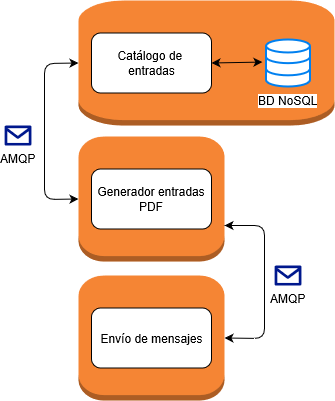
iMiguel10/Proyecto-CC keeps this draw.io diagram as img/arquitectura-cc.png. Above is the earlier version. Source tidied: cells renumbered, new cells last; positions are measured from the earlier drawing's top-left corner, leaving out a move shared by most shapes.
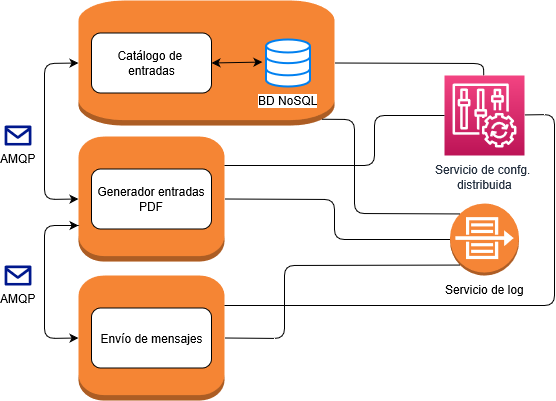
Above is the later version.

Commit message:
Añadir elementos a la arquitectura close #12

Diff of the diagram source:
```diff
@@ -23,16 +23,17 @@
     <mxCell id="8" style="endArrow=classic;startArrow=classic;html=1;entryX=1;entryY=0.5;entryDx=0;entryDy=0;exitX=-0.082;exitY=0.48;exitDx=0;exitDy=0;exitPerimeter=0;" parent="1" edge="1" source="13" target="5">
       <mxGeometry relative="1" as="geometry" />
     </mxCell>
-    <mxCell id="9" style="endArrow=classic;startArrow=classic;html=1;entryX=1;entryY=0.712;entryDx=0;entryDy=0;entryPerimeter=0;exitX=1;exitY=0.5;exitDx=0;exitDy=0;exitPerimeter=0;" parent="1" edge="1" source="3" target="2">
+    <mxCell id="9" style="endArrow=classic;startArrow=classic;html=1;exitX=0;exitY=0.5;exitDx=0;exitDy=0;exitPerimeter=0;" parent="1" edge="1" source="3">
       <mxGeometry relative="1" as="geometry">
+        <mxPoint x="74" y="225" as="targetPoint" />
         <Array as="points">
-          <mxPoint x="260" y="338" />
-          <mxPoint x="260" y="225" />
+          <mxPoint x="40" y="338" />
+          <mxPoint x="40" y="225" />
         </Array>
       </mxGeometry>
     </mxCell>
     <mxCell id="10" value="AMQP" style="shadow=0;dashed=0;html=1;strokeColor=none;labelPosition=center;verticalLabelPosition=bottom;verticalAlign=top;align=center;fillColor=#00188D;shape=mxgraph.azure.message2;" parent="1" vertex="1">
-      <mxGeometry x="270" y="265" width="27" height="20" as="geometry" />
+      <mxGeometry y="265" width="27" height="20" as="geometry" />
     </mxCell>
     <mxCell id="11" style="endArrow=classic;startArrow=classic;html=1;entryX=0;entryY=0.5;entryDx=0;entryDy=0;entryPerimeter=0;exitX=0;exitY=0.5;exitDx=0;exitDy=0;exitPerimeter=0;" parent="1" edge="1" source="2" target="4">
       <mxGeometry relative="1" as="geometry">
@@ -48,5 +49,59 @@
     <mxCell id="13" value="&lt;font style=&quot;background-color: transparent&quot;&gt;BD NoSQL&lt;/font&gt;" style="html=1;verticalLabelPosition=bottom;align=center;labelBackgroundColor=#ffffff;verticalAlign=top;strokeWidth=2;strokeColor=#0080F0;fillColor=#ffffff;shadow=0;dashed=0;shape=mxgraph.ios7.icons.data;" parent="1" vertex="1">
       <mxGeometry x="261.5" y="39" width="44" height="47" as="geometry" />
     </mxCell>
+    <mxCell id="14" value="Servicio de log" style="outlineConnect=0;dashed=0;verticalLabelPosition=bottom;verticalAlign=top;align=center;html=1;shape=mxgraph.aws3.flow_logs;fillColor=#F58536;gradientColor=none;" parent="1" vertex="1">
+      <mxGeometry x="445.5" y="203" width="69" height="72" as="geometry" />
+    </mxCell>
+    <mxCell id="15" value="Servicio de confg.&amp;nbsp;&lt;br&gt;distribuida" style="outlineConnect=0;fontColor=#232F3E;gradientColor=#F34482;gradientDirection=north;fillColor=#BC1356;strokeColor=#ffffff;dashed=0;verticalLabelPosition=bottom;verticalAlign=top;align=center;html=1;fontSize=12;fontStyle=0;shape=mxgraph.aws4.resourceIcon;resIcon=mxgraph.aws4.config;" parent="1" vertex="1">
+      <mxGeometry x="440" y="75" width="80" height="80" as="geometry" />
+    </mxCell>
+    <mxCell id="16" style="endArrow=none;html=1;entryX=1;entryY=0.5;entryDx=0;entryDy=0;entryPerimeter=0;" parent="1" edge="1" source="15" target="4">
+      <mxGeometry relative="1" as="geometry">
+        <Array as="points">
+          <mxPoint x="479" y="63" />
+        </Array>
+      </mxGeometry>
+    </mxCell>
+    <mxCell id="17" style="endArrow=none;html=1;exitX=1;exitY=0.232;exitDx=0;exitDy=0;exitPerimeter=0;" parent="1" edge="1" source="2" target="15">
+      <mxGeometry relative="1" as="geometry">
+        <Array as="points">
+          <mxPoint x="370" y="165" />
+          <mxPoint x="370" y="115" />
+        </Array>
+      </mxGeometry>
+    </mxCell>
+    <mxCell id="18" style="endArrow=none;html=1;exitX=1;exitY=0.24;exitDx=0;exitDy=0;exitPerimeter=0;" parent="1" edge="1" source="3" target="15">
+      <mxGeometry relative="1" as="geometry">
+        <Array as="points">
+          <mxPoint x="380" y="305" />
+          <mxPoint x="550" y="305" />
+          <mxPoint x="550" y="114" />
+        </Array>
+      </mxGeometry>
+    </mxCell>
+    <mxCell id="19" style="endArrow=none;html=1;entryX=0.145;entryY=0.145;entryDx=0;entryDy=0;entryPerimeter=0;exitX=0.95;exitY=0.95;exitDx=0;exitDy=0;exitPerimeter=0;" parent="1" edge="1" source="4" target="14">
+      <mxGeometry relative="1" as="geometry">
+        <Array as="points">
+          <mxPoint x="350" y="119" />
+          <mxPoint x="350" y="213" />
+        </Array>
+      </mxGeometry>
+    </mxCell>
+    <mxCell id="20" style="endArrow=none;html=1;entryX=0;entryY=0.5;entryDx=0;entryDy=0;entryPerimeter=0;exitX=1;exitY=0.5;exitDx=0;exitDy=0;exitPerimeter=0;" parent="1" edge="1" source="2" target="14">
+      <mxGeometry relative="1" as="geometry">
+        <Array as="points">
+          <mxPoint x="330" y="199" />
+          <mxPoint x="330" y="239" />
+        </Array>
+      </mxGeometry>
+    </mxCell>
+    <mxCell id="21" style="endArrow=none;html=1;entryX=0.145;entryY=0.855;entryDx=0;entryDy=0;entryPerimeter=0;exitX=1;exitY=0.5;exitDx=0;exitDy=0;exitPerimeter=0;" parent="1" edge="1" source="3" target="14">
+      <mxGeometry relative="1" as="geometry">
+        <Array as="points">
+          <mxPoint x="280" y="338" />
+          <mxPoint x="280" y="265" />
+        </Array>
+      </mxGeometry>
+    </mxCell>
   </root>
 </mxGraphModel>
```
